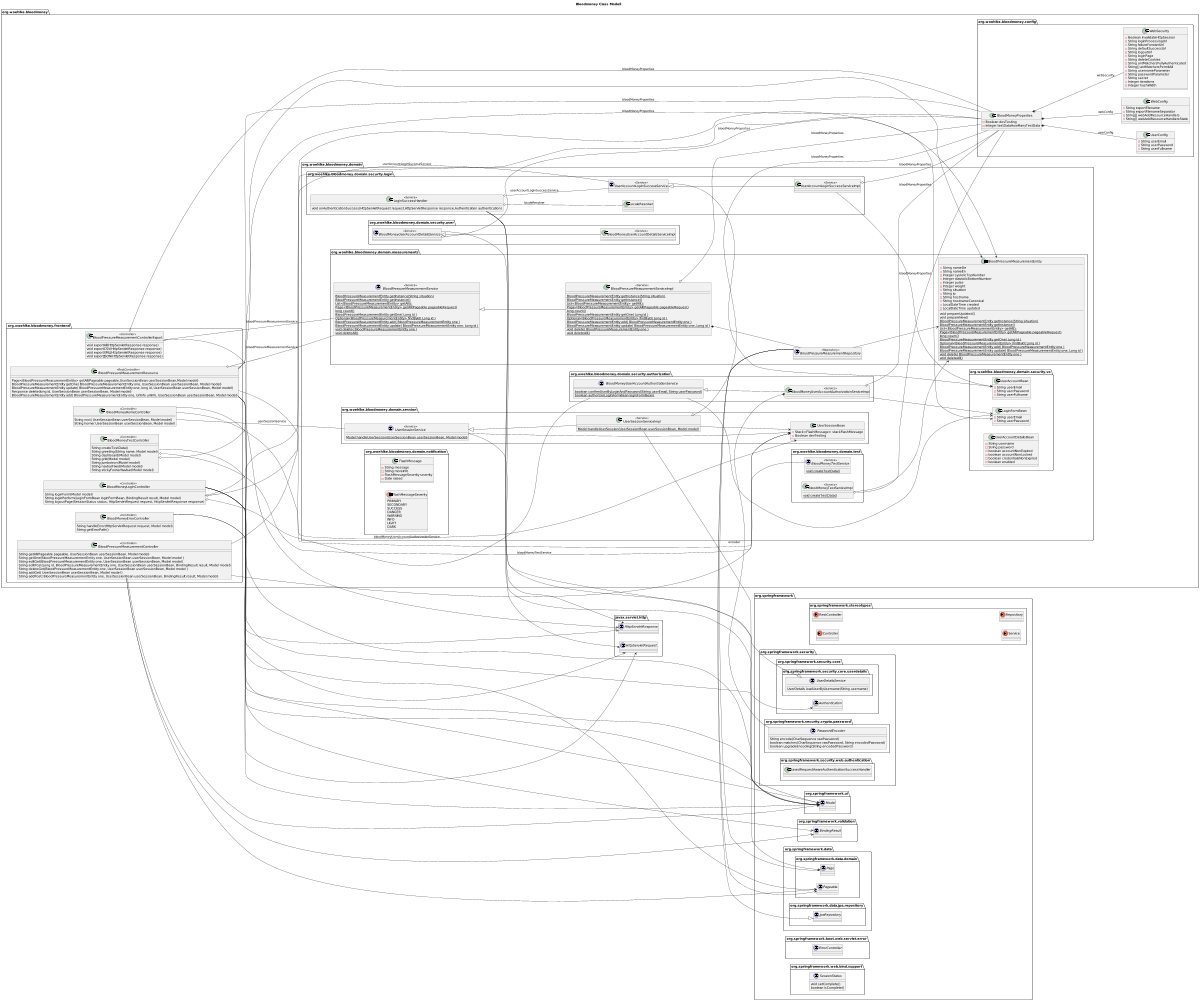
This is etc/plantuml/Bloodmoney__Classes_007__Service_Classes__Persistence__Overview.png from BloodMoneyApp/bloodmoney, a PlantUML export, as it was before one commit.
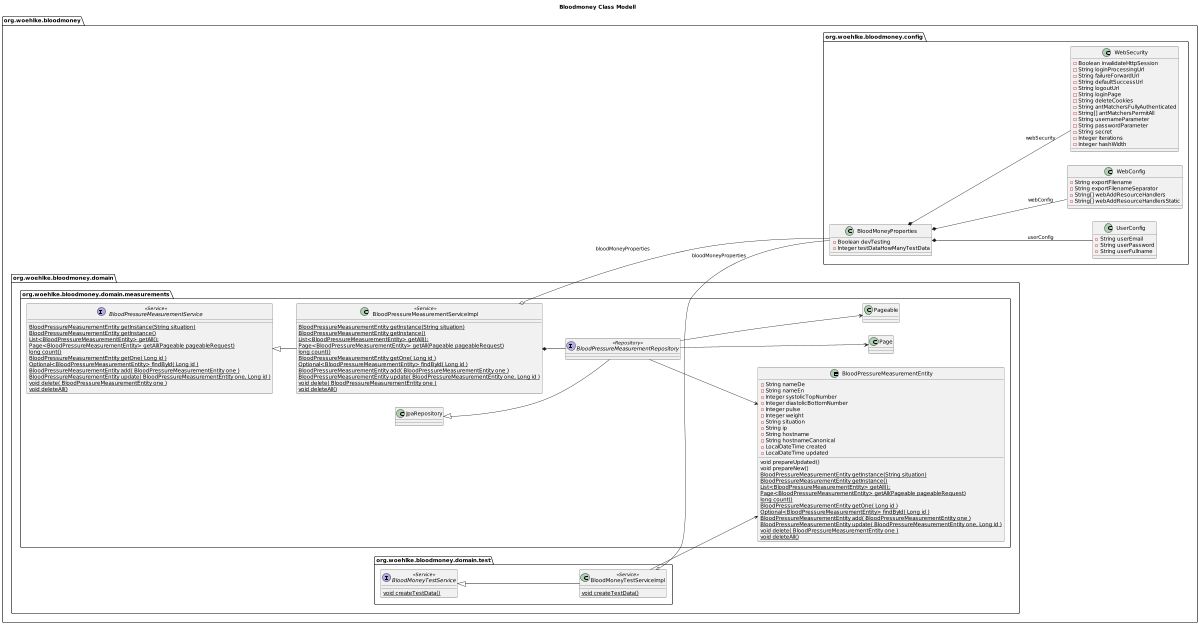
Above is the later version.

Commit message:
documentation: class structure to UML

What changed in the source:
```diff
@@ -6,64 +6,6 @@
 
 scale 1200 width
 
-package javax.servlet.http {
-  interface HttpServletRequest {}
-  interface HttpServletResponse {}
-}
-
-package org.springframework {
-
-  package org.springframework.stereotypes {
-    annotation Controller {}
-    annotation RestController {}
-    annotation Service {}
-    annotation Repository {}
-  }
-  package org.springframework.data {
-    package org.springframework.data.domain {
-       interface Page {}
-       interface Pageable {}
-    }
-    package org.springframework.data.jpa.repository {
-      interface JpaRepository {}
-    }
-  }
-  package org.springframework.security {
-    package org.springframework.security.core {
-        interface Authentication {}
-        package org.springframework.security.core.userdetails {
-          interface UserDetailsService {
-              UserDetails loadUserByUsername(String username)
-          }
-        }
-    }
-    package org.springframework.security.crypto.password {
-      interface PasswordEncoder {
-          String encode(CharSequence rawPassword)
-          boolean matches(CharSequence rawPassword, String encodedPassword)
-          boolean upgradeEncoding(String encodedPassword)
-      }
-    }
-    package org.springframework.security.web.authentication {
-      class SavedRequestAwareAuthenticationSuccessHandler {}
-    }
-  }
-  package org.springframework.validation {
-    interface BindingResult {}
-  }
-  package org.springframework.ui {
-     interface Model {}
-  }
-  package org.springframework.boot.web.servlet.error {
-    interface ErrorController {}
-  }
-  package org.springframework.web.bind.support {
-    interface SessionStatus {
-      void setComplete()
-      boolean isComplete()
-    }
-  }
-}
 package org.woehlke.bloodmoney {
   package org.woehlke.bloodmoney.config {
     class UserConfig {
@@ -103,81 +45,6 @@
   }
 
   package org.woehlke.bloodmoney.domain {
-      package org.woehlke.bloodmoney.domain.security.vo {
-
-            class LoginFormBean {
-                - String userEmail
-                - String userPassword
-            }
-            class UserAccountBean {
-                - String userEmail
-                - String userPassword
-                - String userFullname
-            }
-            class UserAccountDetailsBean {
-               - String username
-               - String password
-               - boolean accountNonExpired
-               - boolean accountNonLocked
-               - boolean credentialsNonExpired
-               - boolean enabled
-            }
-      }
-      package org.woehlke.bloodmoney.domain.security.authorization {
-        interface BloodMoneyUserAccountAuthorizationService {
-          {static} boolean confirmUserByLoginAndPassword(String userEmail, String userPassword)
-          {static} boolean authorize(LoginFormBean loginFormBean)
-        }
-        class BloodMoneyUserAccountAuthorizationServiceImpl << Service >> {}
-        BloodMoneyUserAccountAuthorizationService <|-- BloodMoneyUserAccountAuthorizationServiceImpl
-        BloodMoneyUserAccountAuthorizationServiceImpl o-- BloodMoneyProperties: bloodMoneyProperties
-        BloodMoneyUserAccountAuthorizationServiceImpl *-- PasswordEncoder: encoder
-        BloodMoneyUserAccountAuthorizationService --> LoginFormBean
-        BloodMoneyUserAccountAuthorizationServiceImpl --> LoginFormBean
-      }
-      package org.woehlke.bloodmoney.domain.security.login {
-        class LoginSuccessHandler << Service >> {
-          void onAuthenticationSuccess(HttpServletRequest request,HttpServletResponse response,Authentication authentication)
-        }
-        LoginSuccessHandler --> HttpServletRequest
-        LoginSuccessHandler --> HttpServletResponse
-        LoginSuccessHandler --> Authentication
-        interface UserAccountLoginSuccessService << Service >> {}
-        class UserAccountLoginSuccessServiceImpl  << Service >> {}
-        UserAccountLoginSuccessService <|-- UserAccountLoginSuccessServiceImpl
-        UserAccountLoginSuccessServiceImpl o-- BloodMoneyProperties: bloodMoneyProperties
-        LoginSuccessHandler o-- UserAccountLoginSuccessService : userAccountLoginSuccessService
-        LoginSuccessHandler o-- LocaleResolver : localeResolver
-        UserAccountLoginSuccessService --> UserAccountBean
-        UserAccountLoginSuccessServiceImpl --> UserAccountBean
-      }
-      package org.woehlke.bloodmoney.domain.security.user {
-        interface BloodMoneyUserAccountDetailsService << Service >> {
-        }
-        class BloodMoneyUserAccountDetailsServiceImpl  << Service >> {
-        }
-        UserDetailsService <|-- BloodMoneyUserAccountDetailsService
-        BloodMoneyUserAccountDetailsService <|-- BloodMoneyUserAccountDetailsServiceImpl
-        BloodMoneyUserAccountDetailsService o-- BloodMoneyProperties: bloodMoneyProperties
-      }
-      package org.woehlke.bloodmoney.domain.session {
-        class UserSessionBean {
-          - Stack<FlashMessage> stackFlashMessage
-          - Boolean devTesting
-        }
-        interface UserSessionService << Service >> {
-          {static} Model handleUserSession(UserSessionBean userSessionBean, Model model)
-        }
-        class UserSessionServiceImpl  << Service >> {
-            {static} Model handleUserSession(UserSessionBean userSessionBean, Model model)
-        }
-        UserSessionService <|-- UserSessionServiceImpl
-        UserSessionServiceImpl o-- BloodMoneyProperties: bloodMoneyProperties
-        UserSessionService --> UserSessionBean
-        UserSessionServiceImpl --> UserSessionBean
-        UserSessionService --> Model
-        UserSessionServiceImpl --> Model
-      }
       package org.woehlke.bloodmoney.domain.measurements {
 
             entity BloodPressureMeasurementEntity {
@@ -251,106 +118,10 @@
         class BloodMoneyTestServiceImpl << Service >> {
           {static} void createTestData()
         }
+        BloodMoneyTestService <|-- BloodMoneyTestServiceImpl
         BloodMoneyTestServiceImpl o-- BloodMoneyProperties: bloodMoneyProperties
         BloodMoneyTestServiceImpl --> BloodPressureMeasurementEntity
       }
-      package org.woehlke.bloodmoney.domain.notification {
-
-          class FlashMessage {
-            - String message
-            - String moreInfo
-            - FlashMessageSeverity severity
-            - Date raised
-          }
-          enum FlashMessageSeverity {
-              PRIMARY
-              SECONDARY
-              SUCCESS
-              DANGER
-              WARNING
-              INFO
-              LIGHT
-              DARK
-          }
-      }
-    }
-    package org.woehlke.bloodmoney.frontend {
-      class BloodMoneyErrorController << Controller >> {
-        String handleError(HttpServletRequest request, Model model)
-        String getErrorPath()
-      }
-      BloodMoneyErrorController --> HttpServletRequest
-      BloodMoneyErrorController --> Model
-      class BloodMoneyHomeController << Controller >> {
-        String root( UserSessionBean userSessionBean, Model model)
-        String home( UserSessionBean userSessionBean, Model model)
-      }
-      BloodMoneyHomeController --> UserSessionBean
-      BloodMoneyHomeController --> Model
-      class BloodMoneyLoginController << Controller >> {
-        String loginForm(Model model)
-        String loginPerform(LoginFormBean loginFormBean, BindingResult result, Model model)
-        String logoutPage(SessionStatus status, HttpServletRequest request, HttpServletResponse response)
-      }
-      BloodMoneyLoginController --> Model
-      BloodMoneyLoginController --> LoginFormBean
-      BloodMoneyLoginController --> BindingResult
-      BloodMoneyLoginController --> HttpServletRequest
-      BloodMoneyLoginController --> HttpServletResponse
-      class BloodMoneyTestController << Controller >> {
-        String createTestData()
-        String greeting(String name, Model model)
-        String dashboard(Model model)
-        String grid(Model model)
-        String jumbotron(Model model)
-        String navbarFixed(Model model)
-        String stickyFooterNavbar(Model model)
-      }
-      BloodMoneyTestController --> Model
-      class BloodPressureMeasurementController << Controller >> {
-        String getAll(Pageable pageable, UserSessionBean userSessionBean, Model model)
-        String getOne(BloodPressureMeasurementEntity one, UserSessionBean userSessionBean, Model model )
-        String editGet(BloodPressureMeasurementEntity one, UserSessionBean userSessionBean, Model model)
-        String editPost(Long id, BloodPressureMeasurementEntity one, UserSessionBean userSessionBean, BindingResult result, Model model)
-        String deleteGet(BloodPressureMeasurementEntity one, UserSessionBean userSessionBean, Model model )
-        String addGet( UserSessionBean userSessionBean, Model model )
-        String addPost( BloodPressureMeasurementEntity one, UserSessionBean userSessionBean, BindingResult result, Model model)
-      }
-      BloodPressureMeasurementController --> BloodPressureMeasurementEntity
-      BloodPressureMeasurementController --> UserSessionBean
-      BloodPressureMeasurementController --> Pageable
-      BloodPressureMeasurementController --> Model
-      BloodPressureMeasurementController --> BindingResult
-      class BloodPressureMeasurementControllerExport << Controller >> {
-        void exportAll(HttpServletResponse response)
-        void exportCSV(HttpServletResponse response)
-        void exportXML(HttpServletResponse response)
-        void exportJSON(HttpServletResponse response)
-      }
-      BloodPressureMeasurementControllerExport --> HttpServletResponse
-      class BloodPressureMeasurementResource << RestController >> {
-        Page<BloodPressureMeasurementEntity> getAll(Pageable pageable,UserSessionBean userSessionBean,Model model)
-        BloodPressureMeasurementEntity getOne( BloodPressureMeasurementEntity one, UserSessionBean userSessionBean, Model model)
-        BloodPressureMeasurementEntity update( BloodPressureMeasurementEntity one, long id, UserSessionBean userSessionBean, Model model)
-        Response delete(long id, UserSessionBean userSessionBean, Model model)
-        BloodPressureMeasurementEntity add( BloodPressureMeasurementEntity one, UriInfo uriInfo, UserSessionBean userSessionBean, Model model)
-      }
-      BloodPressureMeasurementResource --> BloodPressureMeasurementEntity
-      BloodPressureMeasurementResource --> UserSessionBean
-      BloodPressureMeasurementResource --> Page
-      BloodPressureMeasurementResource --> Pageable
-      BloodPressureMeasurementResource --> Model
-
-      BloodMoneyHomeController O-- UserSessionService: userSessionService
-      BloodMoneyLoginController o-- UserAccountLoginSuccessService: userAccountLoginSuccessService
-      BloodMoneyLoginController o-- BloodMoneyUserAccountAuthorizationService: bloodMoneyUserAccountAuthorizationService
-      BloodMoneyTestController o-- BloodMoneyTestService: bloodMoneyTestService
-      BloodMoneyTestController o-- BloodMoneyProperties: bloodMoneyProperties
-      BloodPressureMeasurementControllerExport o-- BloodPressureMeasurementService: bloodPressureMeasurementService
-      BloodPressureMeasurementControllerExport o-- BloodMoneyProperties: bloodMoneyProperties
-      BloodPressureMeasurementResource o-- BloodPressureMeasurementService: bloodPressureMeasurementService
-      BloodPressureMeasurementResource o-- BloodMoneyProperties: bloodMoneyProperties
-    }
 }
 
 @enduml
```
